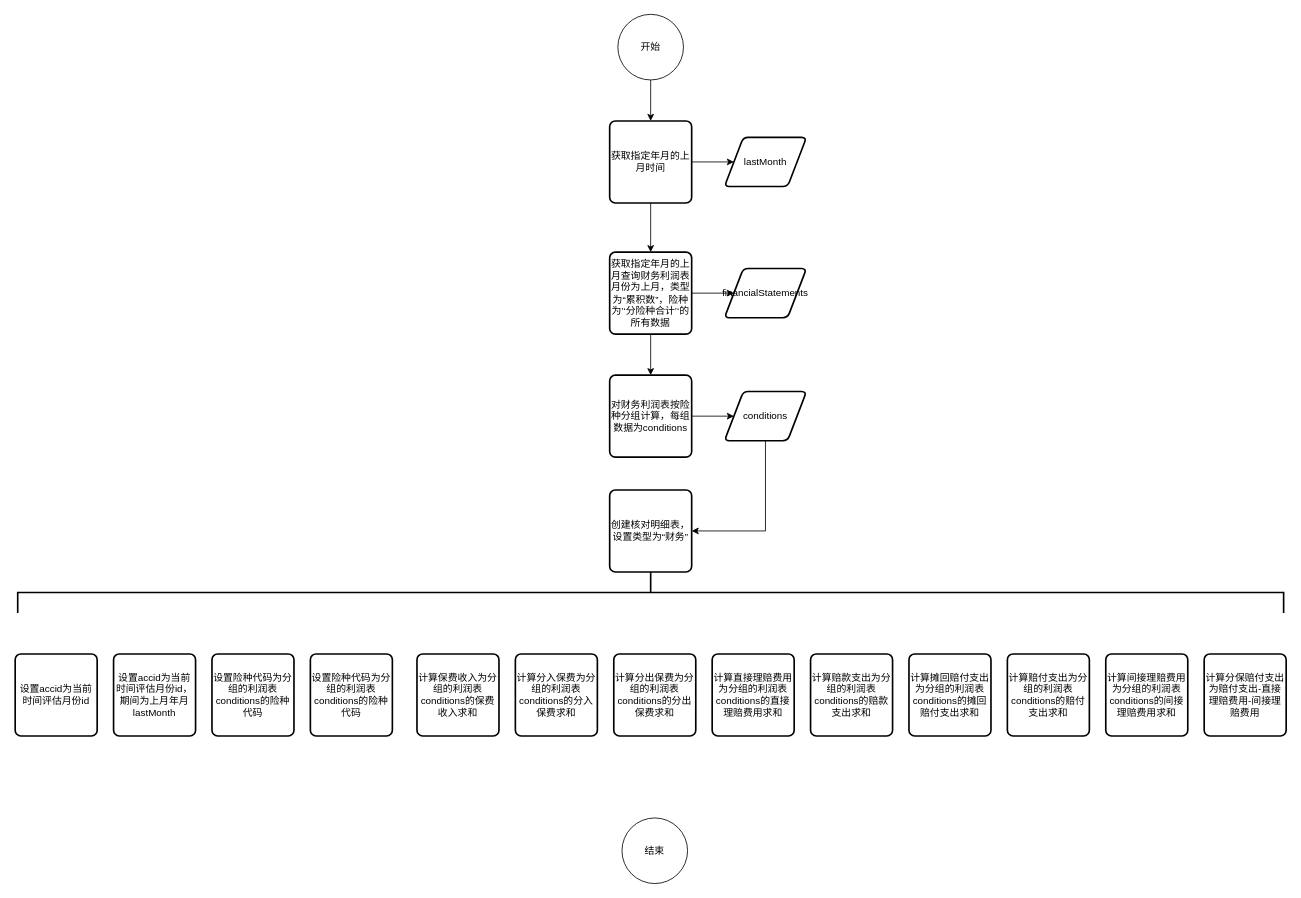
This is 财务sqlserver逻辑.drawio from zp17762835004/e-commerce, a draw.io file, before an edit. Source tidied: cells renumbered, new cells numbered last; positions are measured from the earlier drawing's top-left corner, leaving out a move shared by most shapes. Both pictures are drawn from the tidied source at 82%, with x=0, y=0 at pixel (15, 14).
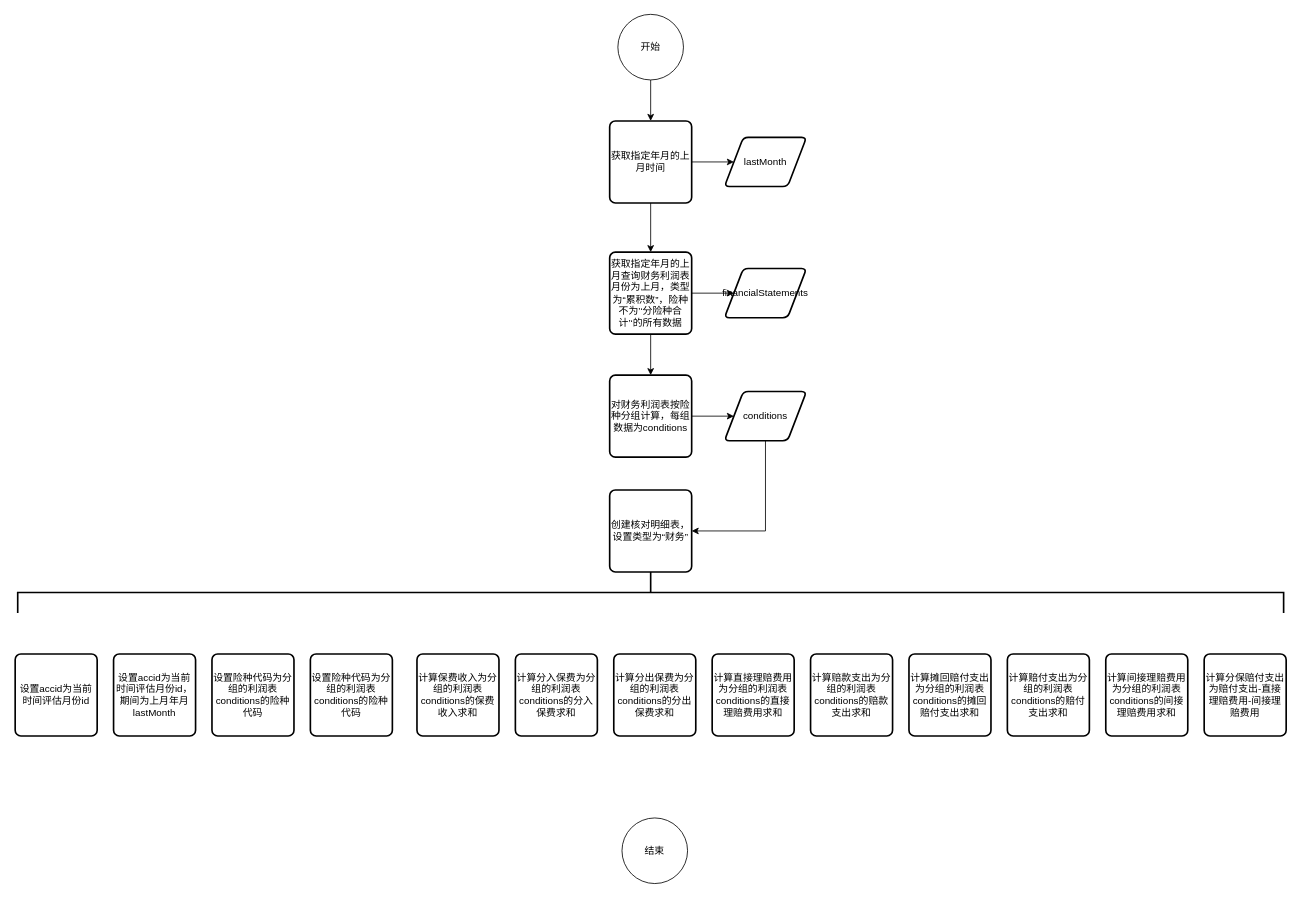
Above is the later version.

Commit message:
更新财务sqlserver逻辑.drawio

The edit, as a diff of the source:
```diff
@@
-    <mxCell id="10" value="获取指定年月的上月查询财务利润表月份为上月，类型为“累积数”，险种为’‘分险种合计’‘的所有数据" style="rounded=1;whiteSpace=wrap;html=1;absoluteArcSize=1;arcSize=14;strokeWidth=2;labelBackgroundColor=none;" parent="1" vertex="1">
+    <mxCell id="10" value="获取指定年月的上月查询财务利润表月份为上月，类型为“累积数”，险种不为’‘分险种合计’‘的所有数据" style="rounded=1;whiteSpace=wrap;html=1;absoluteArcSize=1;arcSize=14;strokeWidth=2;labelBackgroundColor=none;" parent="1" vertex="1">
       <mxGeometry x="725" y="290" width="100" height="100" as="geometry" />
     </mxCell>
```
